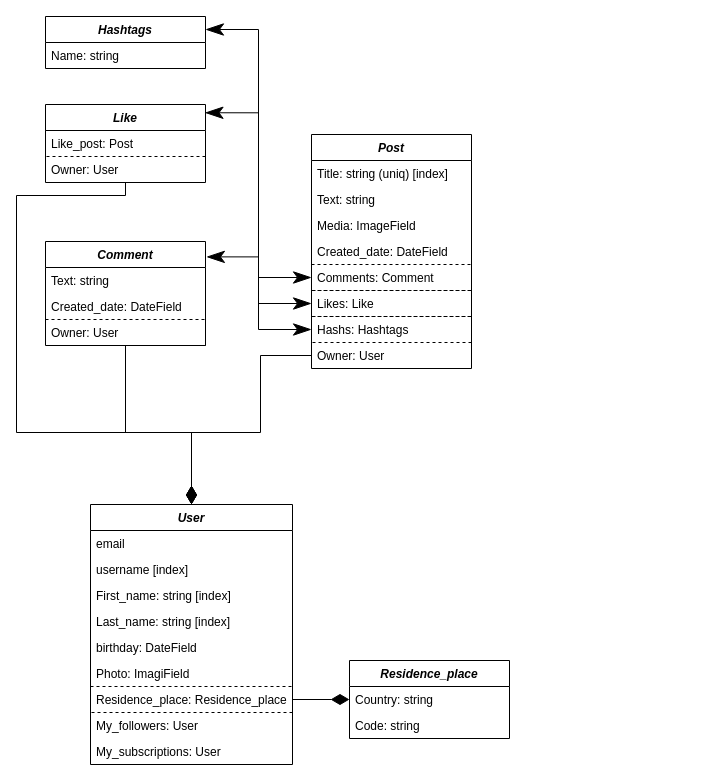
AlexGrytsai/SocialMediaAPI keeps this draw.io diagram as SocialMediaAPI_schema.drawio. Above is the earlier version. Source tidied: cells renumbered, new cells numbered last; positions are measured from the earlier drawing's top-left corner, leaving out a move shared by most shapes. Both pictures are drawn from the tidied source at 100%, with x=0, y=0 at pixel (16, 16).
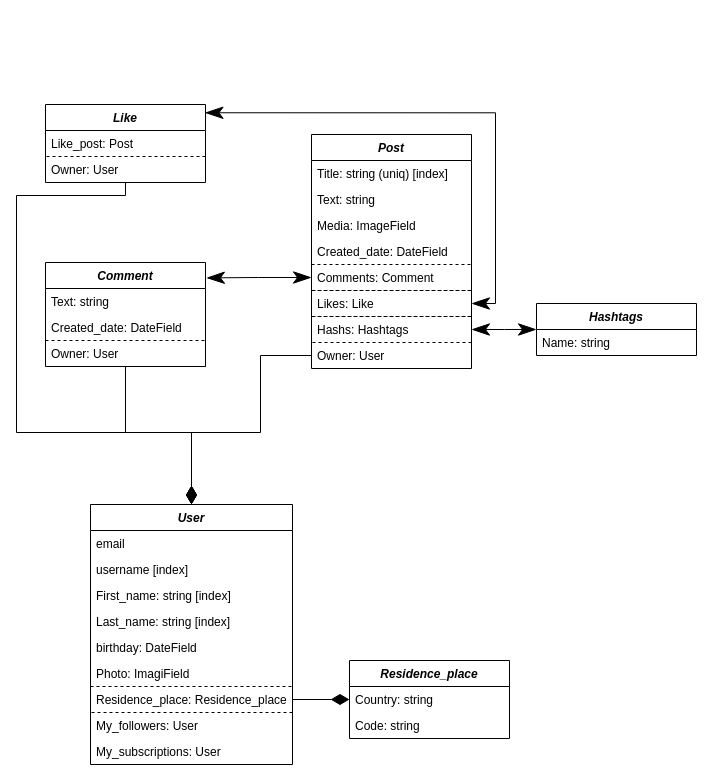
The same page after the edit.

Commit message:
slightly changed the display of elements on the diagram

Unchanged cells that the change refers to:
```xml
<mxCell id="22" value="Likes: Like" style="text;align=left;verticalAlign=top;spacingLeft=4;spacingRight=4;overflow=hidden;points=[[0,0.5],[1,0.5]];portConstraint=eastwest;strokeColor=default;dashed=1;" parent="16" vertex="1">
  <mxGeometry y="156" width="160" height="26" as="geometry" />
</mxCell>
<mxCell id="23" value="Hashs: Hashtags" style="text;align=left;verticalAlign=top;spacingLeft=4;spacingRight=4;overflow=hidden;points=[[0,0.5],[1,0.5]];portConstraint=eastwest;strokeColor=default;dashed=1;" parent="16" vertex="1">
  <mxGeometry y="182" width="160" height="26" as="geometry" />
</mxCell>
<mxCell id="31" value="Like" style="swimlane;fontStyle=3;align=center;verticalAlign=top;horizontal=1;startSize=26;rounded=0;shadow=0;strokeWidth=1;" parent="1" vertex="1">
  <mxGeometry x="29" y="88" width="160" height="78" as="geometry" />
</mxCell>
```

What changed in the source:
```diff
@@
     <mxCell id="26" value="Comment" style="swimlane;fontStyle=3;align=center;verticalAlign=top;horizontal=1;startSize=26;rounded=0;shadow=0;strokeWidth=1;" parent="1" vertex="1">
-      <mxGeometry x="29" y="225" width="160" height="104" as="geometry" />
+      <mxGeometry x="29" y="246" width="160" height="104" as="geometry" />
     </mxCell>
@@
     <mxCell id="36" style="edgeStyle=orthogonalEdgeStyle;rounded=0;jettySize=auto;html=1;entryX=0.997;entryY=0.106;entryDx=0;entryDy=0;entryPerimeter=0;endArrow=classicThin;endFill=1;startArrow=classicThin;startFill=1;endSize=16;startSize=16;" parent="1" edge="1" source="22" target="31">
-      <mxGeometry relative="1" as="geometry" />
+      <mxGeometry relative="1" as="geometry">
+        <Array as="points">
+          <mxPoint x="479" y="287" />
+          <mxPoint x="479" y="96" />
+        </Array>
+      </mxGeometry>
     </mxCell>
     <mxCell id="37" value="Hashtags" style="swimlane;fontStyle=3;align=center;verticalAlign=top;horizontal=1;startSize=26;rounded=0;shadow=0;strokeWidth=1;" parent="1" vertex="1">
-      <mxGeometry x="29" width="160" height="52" as="geometry" />
+      <mxGeometry x="520" y="287" width="160" height="52" as="geometry" />
     </mxCell>
@@
-    <mxCell id="39" style="edgeStyle=orthogonalEdgeStyle;rounded=0;jettySize=auto;html=1;entryX=1;entryY=0.25;entryDx=0;entryDy=0;endSize=16;startSize=16;startArrow=classicThin;startFill=1;endArrow=classicThin;endFill=1;" parent="1" edge="1" source="23" target="37">
+    <mxCell id="39" style="rounded=0;jettySize=auto;html=1;endSize=16;startSize=16;startArrow=classicThin;startFill=1;endArrow=classicThin;endFill=1;edgeStyle=elbowEdgeStyle;" parent="1" edge="1" source="23" target="37">
       <mxGeometry relative="1" as="geometry" />
     </mxCell>
```
